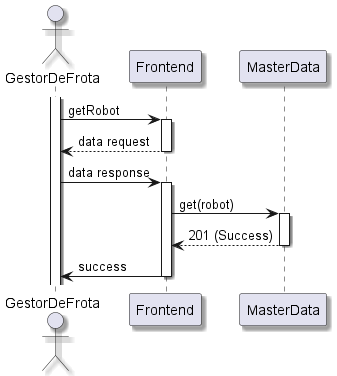
The PlantUML diagram docs/Sprint B/1210913/us1030/us1030-NVL2.png in pedrocmesquita/RobDroneGo, before a commit.
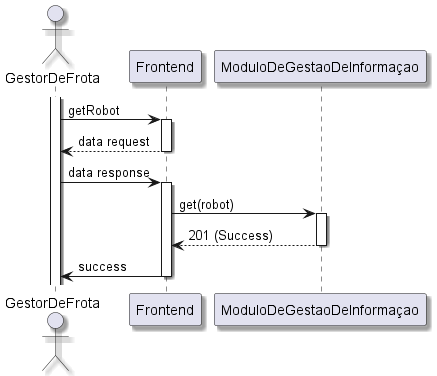
Later version of the same file.

What changed in the source:
```diff
@@ -14,10 +14,10 @@
 deactivate Frontend
 GestorDeFrota -> Frontend: data response
 activate Frontend
-Frontend -> MasterData: get(robot)
-activate MasterData
-MasterData --> Frontend: 201 (Success)
-deactivate MasterData
+Frontend -> ModuloDeGestaoDeInformaçao: get(robot)
+activate ModuloDeGestaoDeInformaçao
+ModuloDeGestaoDeInformaçao --> Frontend: 201 (Success)
+deactivate ModuloDeGestaoDeInformaçao
 Frontend -> GestorDeFrota: success
 deactivate Frontend
 
```
